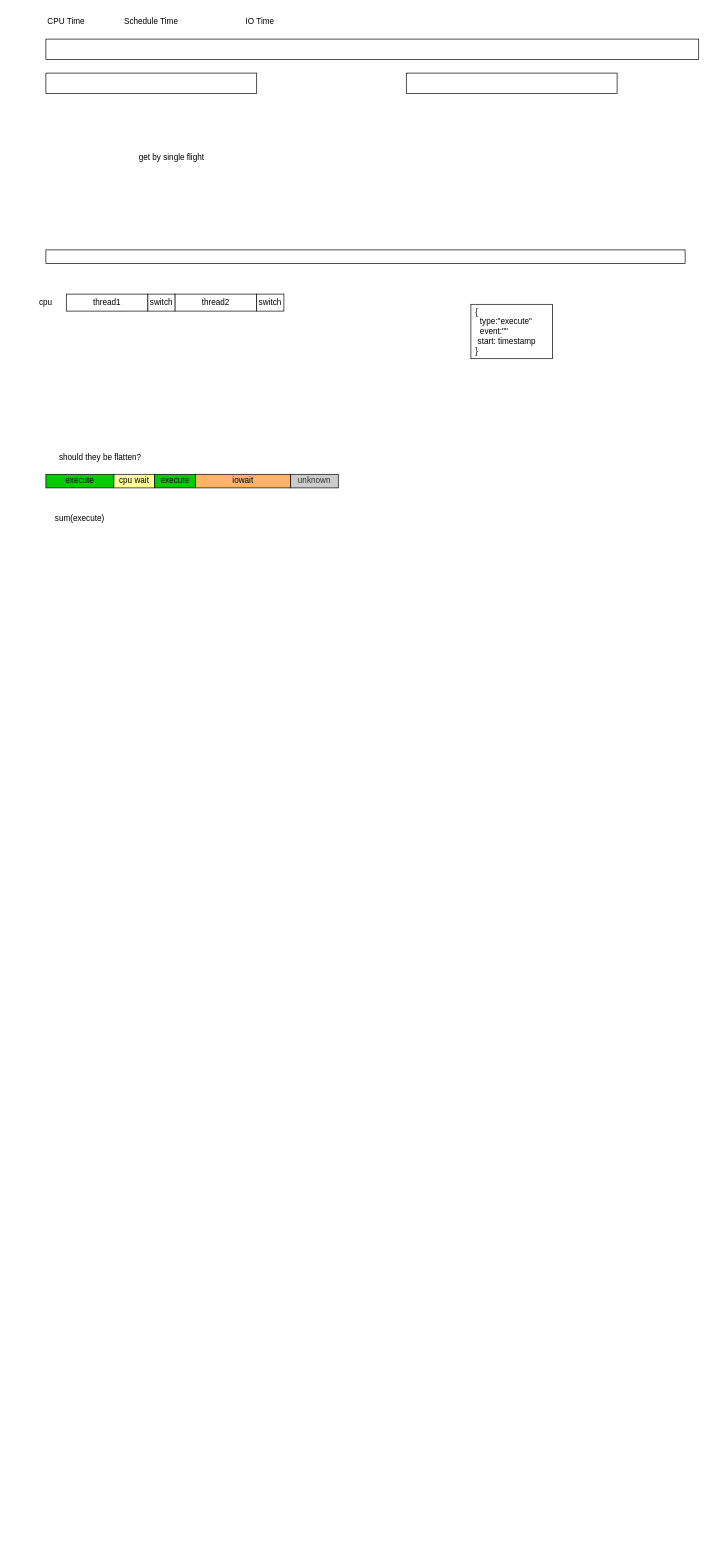
This is performance_tuning.drawio from xhd2015/bog, a draw.io file, before an edit. Source tidied: cells renumbered, new cells numbered last; positions are measured from the earlier drawing's top-left corner, leaving out a move shared by most shapes. Both pictures are drawn from the tidied source at 68%, with x=0, y=0 at pixel (32, 12).
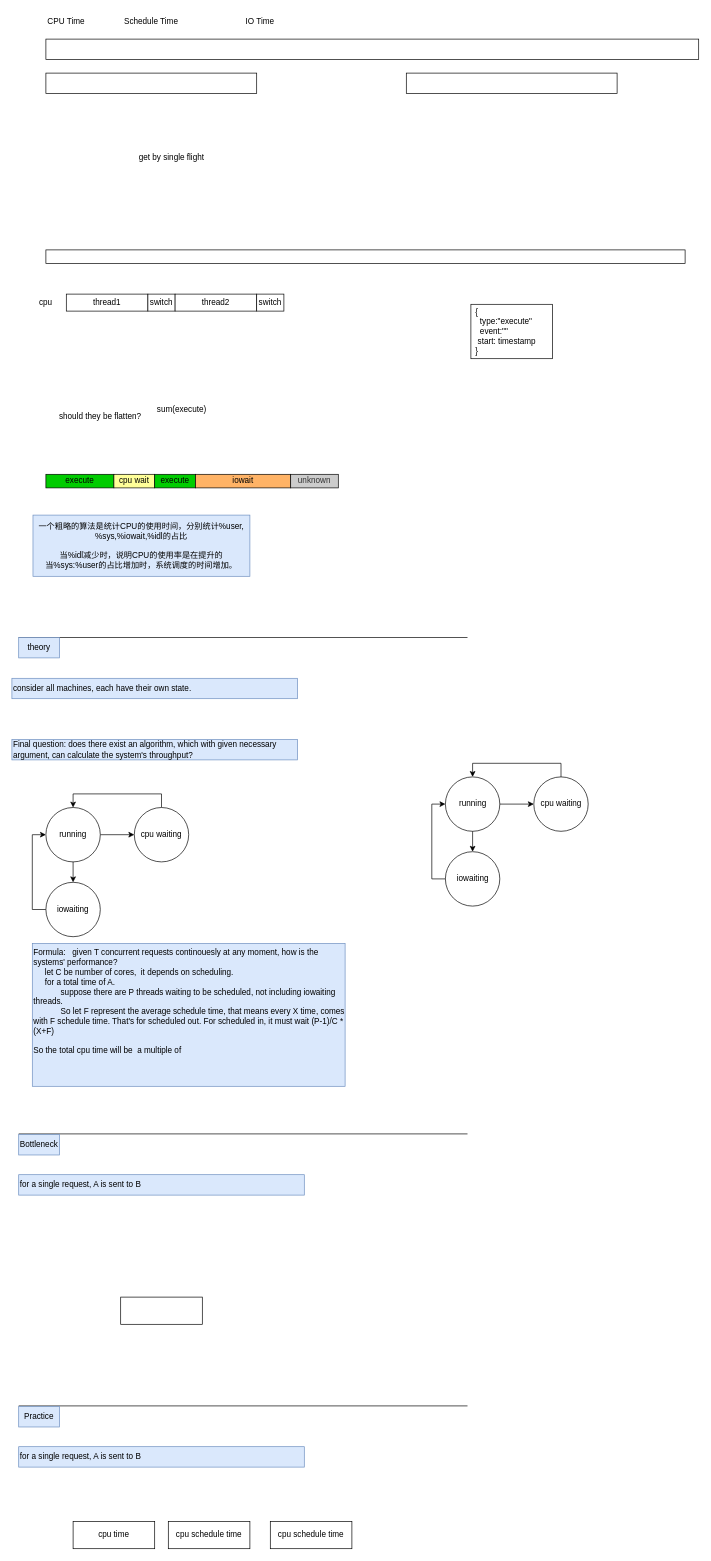
The same page after the edit.

Change to the diagram source:
```diff
@@
     <mxCell id="22" value="should they be flatten?" style="text;html=1;strokeColor=none;fillColor=none;align=center;verticalAlign=middle;whiteSpace=wrap;rounded=0;" parent="1" vertex="1">
-      <mxGeometry x="20" y="640" width="160" height="30" as="geometry" />
+      <mxGeometry x="20" y="580" width="160" height="30" as="geometry" />
     </mxCell>
     <mxCell id="23" value="sum(execute)" style="text;html=1;strokeColor=none;fillColor=none;align=center;verticalAlign=middle;whiteSpace=wrap;rounded=0;" parent="1" vertex="1">
-      <mxGeometry x="20" y="730" width="100" height="30" as="geometry" />
+      <mxGeometry x="170" y="570" width="100" height="30" as="geometry" />
     </mxCell>
+    <mxCell id="24" style="endArrow=none;html=1;rounded=0;" parent="1" edge="1">
+      <mxGeometry relative="1" as="geometry">
+        <mxPoint x="-20" y="920" as="sourcePoint" />
+        <mxPoint x="640" y="920" as="targetPoint" />
+      </mxGeometry>
+    </mxCell>
+    <mxCell id="25" value="theory" style="text;html=1;strokeColor=#6c8ebf;fillColor=#dae8fc;align=center;verticalAlign=middle;whiteSpace=wrap;rounded=0;" parent="1" vertex="1">
+      <mxGeometry x="-20" y="920" width="60" height="30" as="geometry" />
+    </mxCell>
+    <mxCell id="26" value="consider all machines, each have their own state." style="text;html=1;strokeColor=#6c8ebf;fillColor=#dae8fc;align=left;verticalAlign=middle;whiteSpace=wrap;rounded=0;" parent="1" vertex="1">
+      <mxGeometry x="-30" y="980" width="420" height="30" as="geometry" />
+    </mxCell>
+    <mxCell id="27" style="endArrow=none;html=1;rounded=0;" parent="1" edge="1">
+      <mxGeometry relative="1" as="geometry">
+        <mxPoint x="-20" y="1650" as="sourcePoint" />
+        <mxPoint x="640" y="1650" as="targetPoint" />
+      </mxGeometry>
+    </mxCell>
+    <mxCell id="28" value="Bottleneck" style="text;html=1;strokeColor=#6c8ebf;fillColor=#dae8fc;align=center;verticalAlign=middle;whiteSpace=wrap;rounded=0;" parent="1" vertex="1">
+      <mxGeometry x="-20" y="1651" width="60" height="30" as="geometry" />
+    </mxCell>
+    <mxCell id="29" value="for a single request, A is sent to B" style="text;html=1;strokeColor=#6c8ebf;fillColor=#dae8fc;align=left;verticalAlign=middle;whiteSpace=wrap;rounded=0;" parent="1" vertex="1">
+      <mxGeometry x="-20" y="1710" width="420" height="30" as="geometry" />
+    </mxCell>
+    <mxCell id="30" value="Final question: does there exist an algorithm, which with given necessary argument, can calculate the system's throughput?" style="text;html=1;strokeColor=#6c8ebf;fillColor=#dae8fc;align=left;verticalAlign=middle;whiteSpace=wrap;rounded=0;" parent="1" vertex="1">
+      <mxGeometry x="-30" y="1070" width="420" height="30" as="geometry" />
+    </mxCell>
+    <mxCell id="31" style="rounded=0;whiteSpace=wrap;html=1;" parent="1" vertex="1">
+      <mxGeometry x="130" y="1890" width="120" height="40" as="geometry" />
+    </mxCell>
+    <mxCell id="32" style="edgeStyle=orthogonalEdgeStyle;rounded=0;jettySize=auto;html=1;entryX=0;entryY=0.5;entryDx=0;entryDy=0;fontFamily=Helvetica;fontSize=12;fontColor=default;" parent="1" edge="1" source="33" target="36">
+      <mxGeometry relative="1" as="geometry" />
+    </mxCell>
+    <mxCell id="33" value="running" style="ellipse;whiteSpace=wrap;html=1;rounded=0;fontFamily=Helvetica;fontSize=12;fontColor=default;strokeColor=default;fillColor=default;" parent="1" vertex="1">
+      <mxGeometry x="20" y="1170" width="80" height="80" as="geometry" />
+    </mxCell>
+    <mxCell id="34" style="edgeStyle=orthogonalEdgeStyle;rounded=0;jettySize=auto;html=1;entryX=0.5;entryY=0;entryDx=0;entryDy=0;fontFamily=Helvetica;fontSize=12;fontColor=default;exitX=0.5;exitY=1;exitDx=0;exitDy=0;" parent="1" edge="1" source="33" target="38">
+      <mxGeometry relative="1" as="geometry" />
+    </mxCell>
+    <mxCell id="35" style="edgeStyle=orthogonalEdgeStyle;rounded=0;jettySize=auto;html=1;entryX=0.5;entryY=0;entryDx=0;entryDy=0;fontFamily=Helvetica;fontSize=12;fontColor=default;exitX=0.5;exitY=0;exitDx=0;exitDy=0;" parent="1" edge="1" source="36" target="33">
+      <mxGeometry relative="1" as="geometry">
+        <Array as="points">
+          <mxPoint x="190" y="1150" />
+          <mxPoint x="60" y="1150" />
+        </Array>
+      </mxGeometry>
+    </mxCell>
+    <mxCell id="36" value="cpu waiting" style="ellipse;whiteSpace=wrap;html=1;rounded=0;fontFamily=Helvetica;fontSize=12;fontColor=default;strokeColor=default;fillColor=default;" parent="1" vertex="1">
+      <mxGeometry x="150" y="1170" width="80" height="80" as="geometry" />
+    </mxCell>
+    <mxCell id="37" style="edgeStyle=orthogonalEdgeStyle;rounded=0;jettySize=auto;html=1;entryX=0;entryY=0.5;entryDx=0;entryDy=0;fontFamily=Helvetica;fontSize=12;fontColor=default;exitX=0;exitY=0.5;exitDx=0;exitDy=0;" parent="1" edge="1" source="38" target="33">
+      <mxGeometry relative="1" as="geometry">
+        <Array as="points">
+          <mxPoint y="1320" />
+          <mxPoint y="1210" />
+        </Array>
+      </mxGeometry>
+    </mxCell>
+    <mxCell id="38" value="iowaiting" style="ellipse;whiteSpace=wrap;html=1;rounded=0;fontFamily=Helvetica;fontSize=12;fontColor=default;strokeColor=default;fillColor=default;" parent="1" vertex="1">
+      <mxGeometry x="20" y="1280" width="80" height="80" as="geometry" />
+    </mxCell>
+    <mxCell id="39" style="edgeStyle=orthogonalEdgeStyle;rounded=0;jettySize=auto;html=1;entryX=0;entryY=0.5;entryDx=0;entryDy=0;fontFamily=Helvetica;fontSize=12;fontColor=default;" parent="1" edge="1" source="40" target="43">
+      <mxGeometry relative="1" as="geometry" />
+    </mxCell>
+    <mxCell id="40" value="running" style="ellipse;whiteSpace=wrap;html=1;rounded=0;fontFamily=Helvetica;fontSize=12;fontColor=default;strokeColor=default;fillColor=default;" parent="1" vertex="1">
+      <mxGeometry x="607.5" y="1125" width="80" height="80" as="geometry" />
+    </mxCell>
+    <mxCell id="41" style="edgeStyle=orthogonalEdgeStyle;rounded=0;jettySize=auto;html=1;entryX=0.5;entryY=0;entryDx=0;entryDy=0;fontFamily=Helvetica;fontSize=12;fontColor=default;exitX=0.5;exitY=1;exitDx=0;exitDy=0;" parent="1" edge="1" source="40" target="45">
+      <mxGeometry relative="1" as="geometry" />
+    </mxCell>
+    <mxCell id="42" style="edgeStyle=orthogonalEdgeStyle;rounded=0;jettySize=auto;html=1;entryX=0.5;entryY=0;entryDx=0;entryDy=0;fontFamily=Helvetica;fontSize=12;fontColor=default;exitX=0.5;exitY=0;exitDx=0;exitDy=0;" parent="1" edge="1" source="43" target="40">
+      <mxGeometry relative="1" as="geometry">
+        <Array as="points">
+          <mxPoint x="777.5" y="1105" />
+          <mxPoint x="647.5" y="1105" />
+        </Array>
+      </mxGeometry>
+    </mxCell>
+    <mxCell id="43" value="cpu waiting" style="ellipse;whiteSpace=wrap;html=1;rounded=0;fontFamily=Helvetica;fontSize=12;fontColor=default;strokeColor=default;fillColor=default;" parent="1" vertex="1">
+      <mxGeometry x="737.5" y="1125" width="80" height="80" as="geometry" />
+    </mxCell>
+    <mxCell id="44" style="edgeStyle=orthogonalEdgeStyle;rounded=0;jettySize=auto;html=1;entryX=0;entryY=0.5;entryDx=0;entryDy=0;fontFamily=Helvetica;fontSize=12;fontColor=default;exitX=0;exitY=0.5;exitDx=0;exitDy=0;" parent="1" edge="1" source="45" target="40">
+      <mxGeometry relative="1" as="geometry">
+        <Array as="points">
+          <mxPoint x="587.5" y="1275" />
+          <mxPoint x="587.5" y="1165" />
+        </Array>
+      </mxGeometry>
+    </mxCell>
+    <mxCell id="45" value="iowaiting" style="ellipse;whiteSpace=wrap;html=1;rounded=0;fontFamily=Helvetica;fontSize=12;fontColor=default;strokeColor=default;fillColor=default;" parent="1" vertex="1">
+      <mxGeometry x="607.5" y="1235" width="80" height="80" as="geometry" />
+    </mxCell>
+    <mxCell id="46" value="Formula:&amp;nbsp; &amp;nbsp;given T concurrent requests continouesly at any moment, how is the systems' performance?&lt;br&gt;&amp;nbsp; &amp;nbsp; &amp;nbsp;let C be number of cores,&amp;nbsp; it depends on scheduling.&lt;br&gt;&amp;nbsp; &amp;nbsp; &amp;nbsp;for a total time of A.&lt;br&gt;&amp;nbsp; &amp;nbsp; &amp;nbsp; &amp;nbsp; &amp;nbsp; &amp;nbsp; suppose there are P threads waiting to be scheduled, not including iowaiting threads.&lt;br&gt;&amp;nbsp; &amp;nbsp; &amp;nbsp; &amp;nbsp; &amp;nbsp; &amp;nbsp; So let F represent the average schedule time, that means every X time, comes with F schedule time. That's for scheduled out. For scheduled in, it must wait (P-1)/C *(X+F)&lt;br&gt;&lt;br&gt;So the total cpu time will be&amp;nbsp; a multiple of&amp;nbsp;" style="text;html=1;strokeColor=#6c8ebf;fillColor=#dae8fc;align=left;verticalAlign=top;whiteSpace=wrap;rounded=0;fontFamily=Helvetica;fontSize=12;" parent="1" vertex="1">
+      <mxGeometry y="1370" width="460" height="210" as="geometry" />
+    </mxCell>
+    <mxCell id="47" style="endArrow=none;html=1;rounded=0;" parent="1" edge="1">
+      <mxGeometry relative="1" as="geometry">
+        <mxPoint x="-20" y="2050" as="sourcePoint" />
+        <mxPoint x="640" y="2050" as="targetPoint" />
+      </mxGeometry>
+    </mxCell>
+    <mxCell id="48" value="Practice" style="text;html=1;strokeColor=#6c8ebf;fillColor=#dae8fc;align=center;verticalAlign=middle;whiteSpace=wrap;rounded=0;" parent="1" vertex="1">
+      <mxGeometry x="-20" y="2051" width="60" height="30" as="geometry" />
+    </mxCell>
+    <mxCell id="49" value="for a single request, A is sent to B" style="text;html=1;strokeColor=#6c8ebf;fillColor=#dae8fc;align=left;verticalAlign=middle;whiteSpace=wrap;rounded=0;" parent="1" vertex="1">
+      <mxGeometry x="-20" y="2110" width="420" height="30" as="geometry" />
+    </mxCell>
+    <mxCell id="50" value="cpu time" style="rounded=0;whiteSpace=wrap;html=1;" parent="1" vertex="1">
+      <mxGeometry x="60" y="2220" width="120" height="40" as="geometry" />
+    </mxCell>
+    <mxCell id="51" value="cpu schedule time" style="rounded=0;whiteSpace=wrap;html=1;" parent="1" vertex="1">
+      <mxGeometry x="200" y="2220" width="120" height="40" as="geometry" />
+    </mxCell>
+    <mxCell id="52" value="cpu schedule time" style="rounded=0;whiteSpace=wrap;html=1;" parent="1" vertex="1">
+      <mxGeometry x="350" y="2220" width="120" height="40" as="geometry" />
+    </mxCell>
+    <mxCell id="53" value="一个粗略的算法是统计CPU的使用时间，分别统计%user, %sys,%iowait,%idl的占比&lt;br&gt;&lt;br&gt;当%idl减少时，说明CPU的使用率是在提升的&lt;br&gt;当%sys:%user的占比增加时，系统调度的时间增加。" style="text;html=1;strokeColor=#6c8ebf;fillColor=#dae8fc;align=center;verticalAlign=middle;whiteSpace=wrap;rounded=0;fontFamily=Helvetica;fontSize=12;" parent="1" vertex="1">
+      <mxGeometry x="1" y="740" width="319" height="90" as="geometry" />
+    </mxCell>
```
